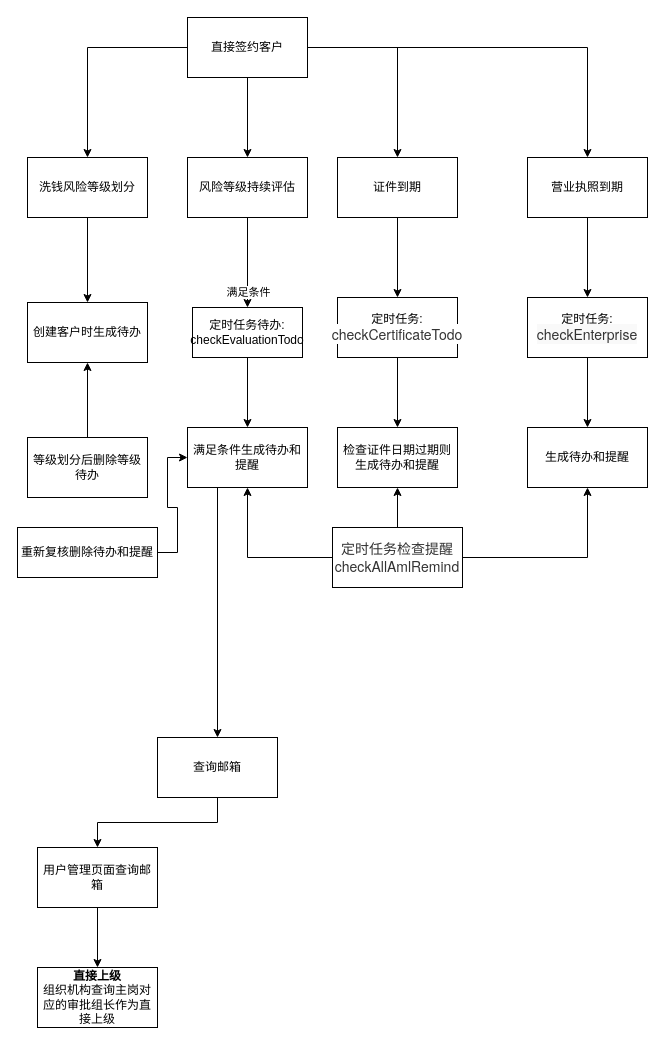
gongfuxiaoying/dmyNoteBook keeps this draw.io diagram as 未命名绘图.drawio. Above is the earlier version. Source tidied: cells renumbered, new cells numbered last; positions are measured from the earlier drawing's top-left corner, leaving out a move shared by most shapes. Both pictures are drawn from the tidied source at 100%, with x=0, y=0 at pixel (17, 17).
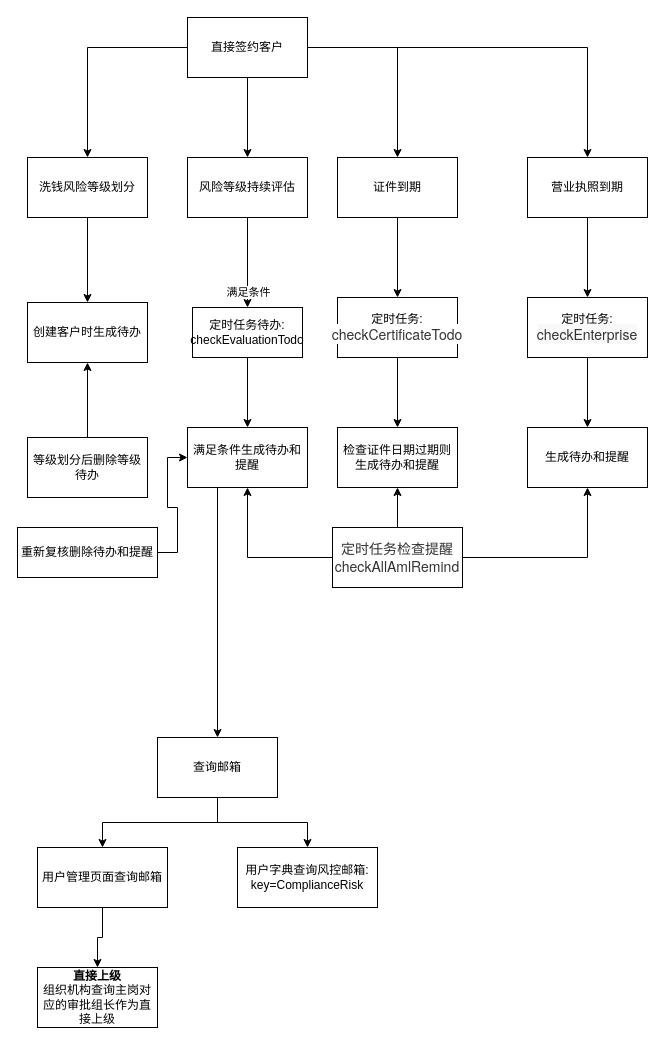
After the change.

Commit message:
更新未命名绘图.drawio

The change refers to these unchanged cells:
```xml
<mxCell id="37" value="查询邮箱" style="whiteSpace=wrap;html=1;" parent="1" vertex="1">
  <mxGeometry x="140" y="720" width="120" height="60" as="geometry" />
</mxCell>
```

What changed in the source:
```diff
@@
+    <mxCell id="40" style="edgeStyle=orthogonalEdgeStyle;rounded=0;jettySize=auto;html=1;" parent="1" edge="1" source="37" target="41">
+      <mxGeometry relative="1" as="geometry" />
+    </mxCell>
@@
     <mxCell id="38" value="用户管理页面查询邮箱" style="whiteSpace=wrap;html=1;" parent="1" vertex="1">
-      <mxGeometry x="20" y="830" width="120" height="60" as="geometry" />
+      <mxGeometry x="20" y="830" width="130" height="60" as="geometry" />
     </mxCell>
@@
+    <mxCell id="41" value="用户字典查询风控邮箱:&lt;br&gt;key=ComplianceRisk" style="whiteSpace=wrap;html=1;" parent="1" vertex="1">
+      <mxGeometry x="220" y="830" width="140" height="60" as="geometry" />
+    </mxCell>
```
